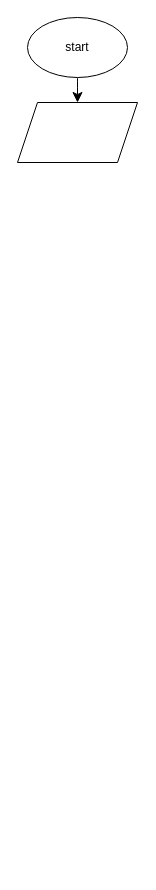
annatequilaa/Unit-1 keeps this draw.io diagram as Quizzes/Flowchart files/quiz014.drawio. Above is the earlier version. Source tidied: cells renumbered, new cells numbered last; positions are measured from the earlier drawing's top-left corner, leaving out a move shared by most shapes. Both pictures are drawn from the tidied source at 100%, with x=0, y=0 at pixel (-36, 17).
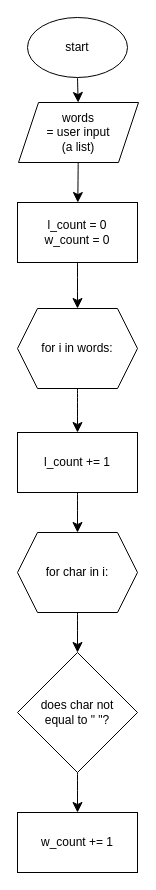
Above is the later version.

Change to the diagram source:
```diff
@@
+    <mxCell id="6" style="edgeStyle=none;curved=1;rounded=0;jettySize=auto;html=1;fontSize=12;startSize=8;endSize=8;" parent="1" edge="1" source="5" target="8">
+      <mxGeometry relative="1" as="geometry" />
+    </mxCell>
-    <mxCell id="5" style="shape=parallelogram;perimeter=parallelogramPerimeter;whiteSpace=wrap;html=1;fixedSize=1;" parent="1" vertex="1">
-      <mxGeometry x="53" y="85" width="120" height="60" as="geometry" />
+    <mxCell id="5" value="words &lt;br&gt;= user input&lt;div&gt;(a list)&lt;/div&gt;" style="shape=parallelogram;perimeter=parallelogramPerimeter;whiteSpace=wrap;html=1;fixedSize=1;" parent="1" vertex="1">
+      <mxGeometry x="54" y="85" width="120" height="60" as="geometry" />
     </mxCell>
+    <mxCell id="7" style="edgeStyle=none;curved=1;rounded=0;jettySize=auto;html=1;fontSize=12;startSize=8;endSize=8;" parent="1" edge="1" source="8" target="10">
+      <mxGeometry relative="1" as="geometry" />
+    </mxCell>
+    <mxCell id="8" value="l_count = 0&lt;div&gt;w_count = 0&lt;/div&gt;" style="whiteSpace=wrap;html=1;" parent="1" vertex="1">
+      <mxGeometry x="53" y="185" width="120" height="60" as="geometry" />
+    </mxCell>
+    <mxCell id="9" style="edgeStyle=none;curved=1;rounded=0;jettySize=auto;html=1;fontSize=12;startSize=8;endSize=8;" parent="1" edge="1" source="10" target="12">
+      <mxGeometry relative="1" as="geometry" />
+    </mxCell>
+    <mxCell id="10" value="for i in words:" style="shape=hexagon;perimeter=hexagonPerimeter2;whiteSpace=wrap;html=1;fixedSize=1;" parent="1" vertex="1">
+      <mxGeometry x="53" y="291" width="120" height="80" as="geometry" />
+    </mxCell>
+    <mxCell id="11" style="edgeStyle=none;curved=1;rounded=0;jettySize=auto;html=1;fontSize=12;startSize=8;endSize=8;" parent="1" edge="1" source="12" target="14">
+      <mxGeometry relative="1" as="geometry" />
+    </mxCell>
+    <mxCell id="12" value="l_count += 1" style="whiteSpace=wrap;html=1;" parent="1" vertex="1">
+      <mxGeometry x="53" y="415" width="120" height="60" as="geometry" />
+    </mxCell>
+    <mxCell id="13" style="edgeStyle=none;curved=1;rounded=0;jettySize=auto;html=1;fontSize=12;startSize=8;endSize=8;" parent="1" edge="1" source="14" target="16">
+      <mxGeometry relative="1" as="geometry" />
+    </mxCell>
+    <mxCell id="14" value="for char in i:" style="shape=hexagon;perimeter=hexagonPerimeter2;whiteSpace=wrap;html=1;fixedSize=1;" parent="1" vertex="1">
+      <mxGeometry x="53" y="515" width="120" height="80" as="geometry" />
+    </mxCell>
+    <mxCell id="15" style="edgeStyle=none;curved=1;rounded=0;jettySize=auto;html=1;fontSize=12;startSize=8;endSize=8;" parent="1" edge="1" source="16" target="17">
+      <mxGeometry relative="1" as="geometry" />
+    </mxCell>
+    <mxCell id="16" value="does char not &lt;br&gt;equal to &quot; &quot;?" style="rhombus;whiteSpace=wrap;html=1;" parent="1" vertex="1">
+      <mxGeometry x="53" y="635" width="120" height="120" as="geometry" />
+    </mxCell>
+    <mxCell id="17" value="w_count += 1" style="whiteSpace=wrap;html=1;" parent="1" vertex="1">
+      <mxGeometry x="53" y="795" width="120" height="60" as="geometry" />
+    </mxCell>
```
